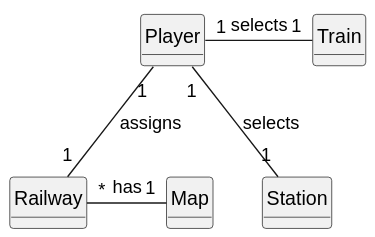
ivasduarte/all-aboard keeps this PlantUML diagram as docs/sprint1/us010/02.analysis/svg/us010-domain-model.svg. Above is the earlier version.
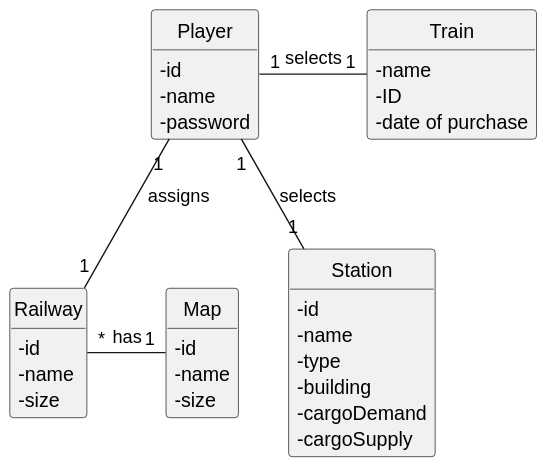
The same diagram one commit later.

Commit message:
US010(docs): Updated Domain Model

The edit, as a diff of the source:
```diff
@@ -11,18 +11,36 @@
 
 
 class Map {
+    - id
+    - name
+    - size
 }
 
 class Railway{
+    - id
+    - name
+    - size
 }
 
 class Train{
+    - name
+    - ID
+    - date of purchase
 }
 
 class Station {
+    - id
+    - name
+    - type
+    - building
+    - cargoDemand
+    - cargoSupply
 }
 
 class Player {
+    - id
+    - name
+    - password
 }
 
 Player "1" - "1" Train : selects
```
